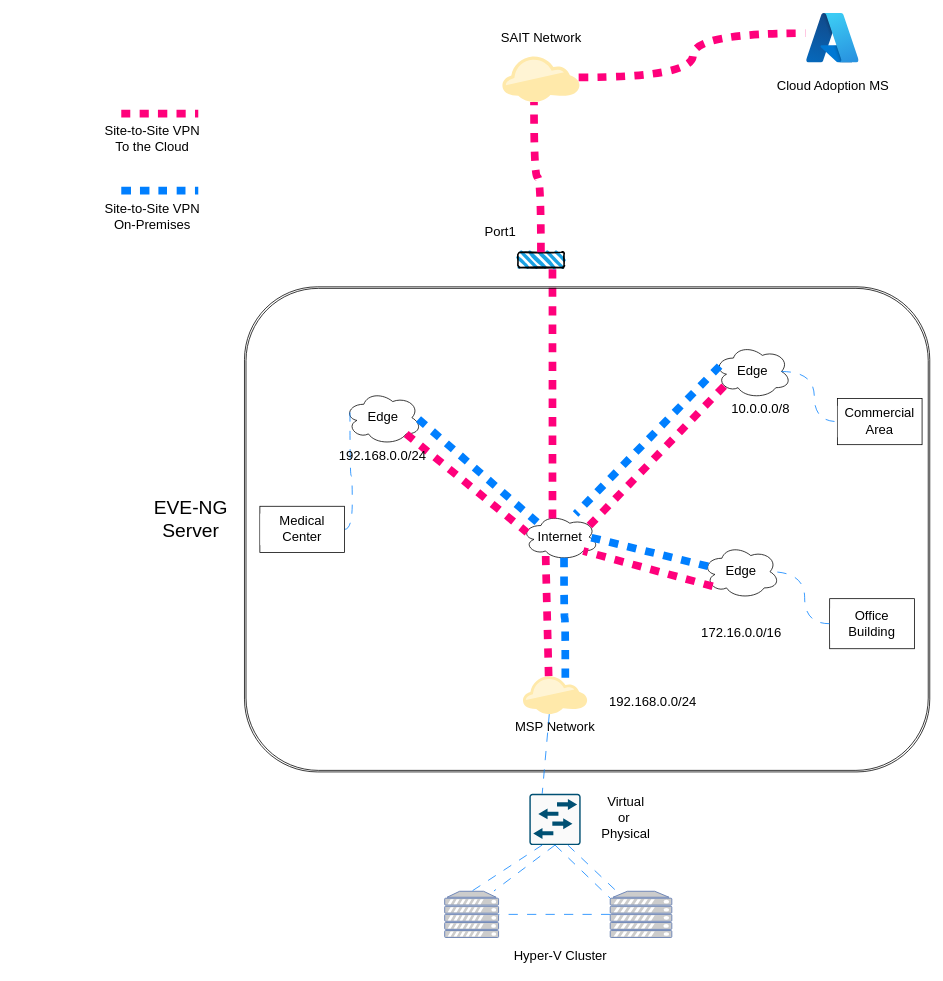
This is Capstone/Capstone-Network.drawio from Sohal-03/Draw.io, a draw.io file, before an edit. Source tidied: cells renumbered, new cells numbered last; positions are measured from the earlier drawing's top-left corner, leaving out a move shared by most shapes. Both pictures are drawn from the tidied source at 77%, with x=0, y=0 at pixel (94, 13).
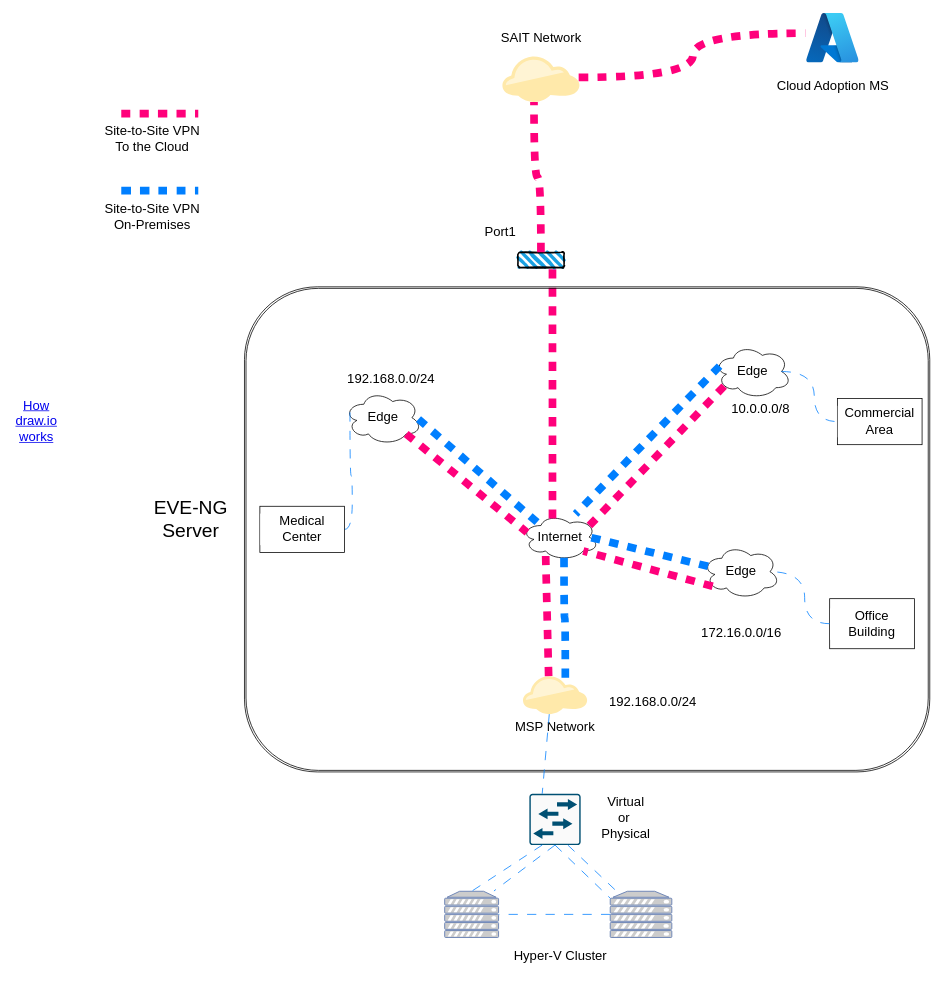
The same diagram, later.

The edit, as a diff of the source:
```diff
@@
     <mxCell id="46" value="&lt;font style=&quot;font-size: 17px;&quot;&gt;192.168.0.0/24&lt;/font&gt;" style="text;html=1;align=center;verticalAlign=middle;strokeColor=none;fillColor=none;" parent="1" vertex="1">
-      <mxGeometry x="304" y="560" width="140" height="30" as="geometry" />
+      <mxGeometry x="315" y="460" width="140" height="30" as="geometry" />
     </mxCell>
@@
+    <mxCell id="51" value="&lt;font style=&quot;font-size: 17px;&quot;&gt;How draw.io works&lt;/font&gt;" style="text;html=1;strokeColor=none;fillColor=none;whiteSpace=wrap;align=center;verticalAlign=middle;fontColor=#0000EE;fontStyle=4;" parent="1" vertex="1">
+      <mxGeometry x="-105" y="510" width="60" height="40" as="geometry" />
+    </mxCell>
```
